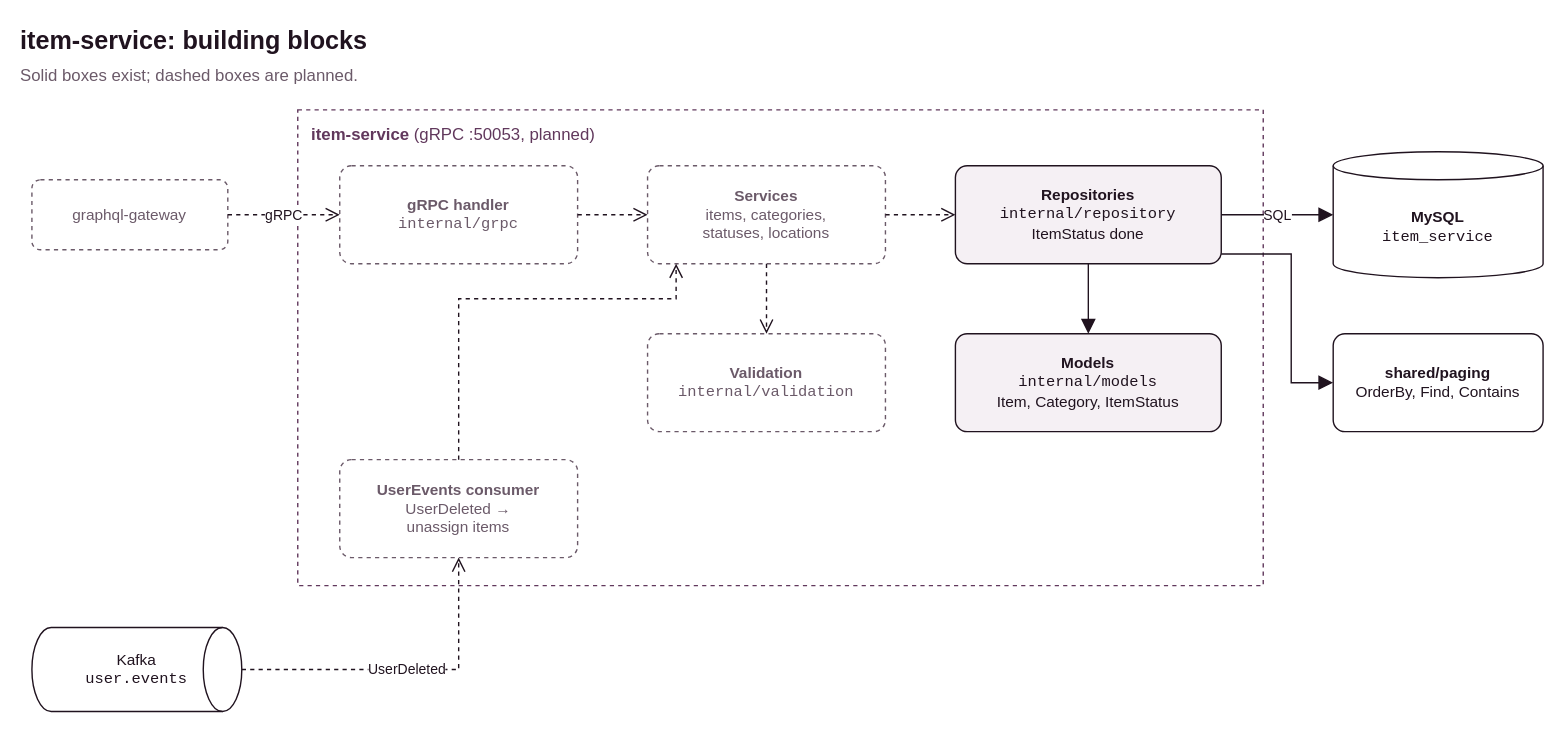
Above: services/item-service/docs/overview.svg in jochem11/inventory-manager (draw.io), before the change. Source tidied: cells renumbered, new cells last; positions are measured from the earlier drawing's top-left corner, leaving out a move shared by most shapes.
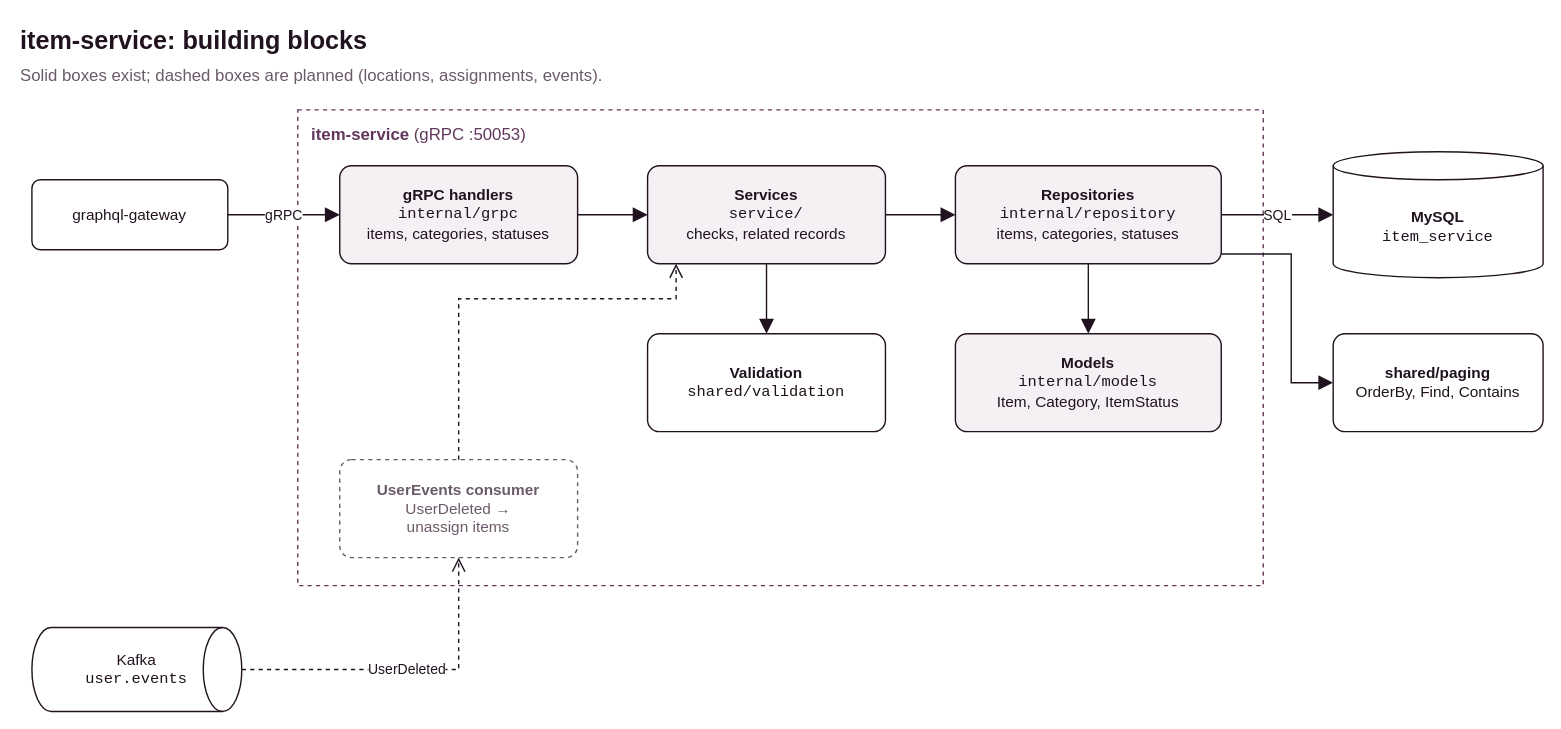
After the change.

What changed in the source:
```diff
@@ -2,25 +2,25 @@
   <root>
     <mxCell id="0" />
     <mxCell id="1" parent="0" />
-    <mxCell id="2" value="&lt;b&gt;item-service&lt;/b&gt;  (gRPC :50053, planned)" style="rounded=0;whiteSpace=wrap;html=1;fillColor=none;dashed=1;strokeColor=#61385c;fontSize=12;fontColor=#61385c;align=left;verticalAlign=top;spacingLeft=8;spacingTop=4;fontFamily=Helvetica;" parent="1" vertex="1">
+    <mxCell id="2" value="&lt;b&gt;item-service&lt;/b&gt;  (gRPC :50053)" style="rounded=0;whiteSpace=wrap;html=1;fillColor=none;dashed=1;strokeColor=#61385c;fontSize=12;fontColor=#61385c;align=left;verticalAlign=top;spacingLeft=8;spacingTop=4;fontFamily=Helvetica;" parent="1" vertex="1">
       <mxGeometry x="200" y="66" width="690" height="340" as="geometry" />
     </mxCell>
-    <mxCell id="3" value="graphql-gateway" style="rounded=1;arcSize=12;whiteSpace=wrap;html=1;fillColor=#ffffff;strokeColor=#6b5a69;dashed=1;fontSize=11;fontColor=#6b5a69;fontFamily=Helvetica;" parent="1" vertex="1">
+    <mxCell id="3" value="graphql-gateway" style="rounded=1;arcSize=12;whiteSpace=wrap;html=1;fillColor=#ffffff;strokeColor=#20131f;fontSize=11;fontColor=#20131f;fontFamily=Helvetica;" parent="1" vertex="1">
       <mxGeometry x="10" y="116" width="140" height="50" as="geometry" />
     </mxCell>
-    <mxCell id="4" value="&lt;b&gt;gRPC handler&lt;/b&gt;&lt;br&gt;&lt;font face=&quot;Menlo, monospace&quot;&gt;internal/grpc&lt;/font&gt;" style="rounded=1;arcSize=12;whiteSpace=wrap;html=1;fillColor=#ffffff;strokeColor=#6b5a69;dashed=1;fontSize=11;fontColor=#6b5a69;fontFamily=Helvetica;" parent="1" vertex="1">
+    <mxCell id="4" value="&lt;b&gt;gRPC handlers&lt;/b&gt;&lt;br&gt;&lt;font face=&quot;Menlo, monospace&quot;&gt;internal/grpc&lt;/font&gt;&lt;br&gt;items, categories, statuses" style="rounded=1;arcSize=12;whiteSpace=wrap;html=1;fillColor=#f5f0f4;strokeColor=#20131f;fontSize=11;fontColor=#20131f;fontFamily=Helvetica;" parent="1" vertex="1">
       <mxGeometry x="230" y="106" width="170" height="70" as="geometry" />
     </mxCell>
-    <mxCell id="5" value="&lt;b&gt;Services&lt;/b&gt;&lt;br&gt;items, categories,&lt;br&gt;statuses, locations" style="rounded=1;arcSize=12;whiteSpace=wrap;html=1;fillColor=#ffffff;strokeColor=#6b5a69;dashed=1;fontSize=11;fontColor=#6b5a69;fontFamily=Helvetica;" parent="1" vertex="1">
+    <mxCell id="5" value="&lt;b&gt;Services&lt;/b&gt;&lt;br&gt;&lt;font face=&quot;Menlo, monospace&quot;&gt;service/&lt;/font&gt;&lt;br&gt;checks, related records" style="rounded=1;arcSize=12;whiteSpace=wrap;html=1;fillColor=#f5f0f4;strokeColor=#20131f;fontSize=11;fontColor=#20131f;fontFamily=Helvetica;" parent="1" vertex="1">
       <mxGeometry x="450" y="106" width="170" height="70" as="geometry" />
     </mxCell>
-    <mxCell id="6" value="&lt;b&gt;Repositories&lt;/b&gt;&lt;br&gt;&lt;font face=&quot;Menlo, monospace&quot;&gt;internal/repository&lt;/font&gt;&lt;br&gt;ItemStatus done" style="rounded=1;arcSize=12;whiteSpace=wrap;html=1;fillColor=#f5f0f4;strokeColor=#20131f;fontSize=11;fontColor=#20131f;fontFamily=Helvetica;" parent="1" vertex="1">
+    <mxCell id="6" value="&lt;b&gt;Repositories&lt;/b&gt;&lt;br&gt;&lt;font face=&quot;Menlo, monospace&quot;&gt;internal/repository&lt;/font&gt;&lt;br&gt;items, categories, statuses" style="rounded=1;arcSize=12;whiteSpace=wrap;html=1;fillColor=#f5f0f4;strokeColor=#20131f;fontSize=11;fontColor=#20131f;fontFamily=Helvetica;" parent="1" vertex="1">
       <mxGeometry x="670" y="106" width="190" height="70" as="geometry" />
     </mxCell>
     <mxCell id="7" value="&lt;b&gt;Models&lt;/b&gt;&lt;br&gt;&lt;font face=&quot;Menlo, monospace&quot;&gt;internal/models&lt;/font&gt;&lt;br&gt;Item, Category, ItemStatus" style="rounded=1;arcSize=12;whiteSpace=wrap;html=1;fillColor=#f5f0f4;strokeColor=#20131f;fontSize=11;fontColor=#20131f;fontFamily=Helvetica;" parent="1" vertex="1">
       <mxGeometry x="670" y="226" width="190" height="70" as="geometry" />
     </mxCell>
-    <mxCell id="8" value="&lt;b&gt;Validation&lt;/b&gt;&lt;br&gt;&lt;font face=&quot;Menlo, monospace&quot;&gt;internal/validation&lt;/font&gt;" style="rounded=1;arcSize=12;whiteSpace=wrap;html=1;fillColor=#ffffff;strokeColor=#6b5a69;dashed=1;fontSize=11;fontColor=#6b5a69;fontFamily=Helvetica;" parent="1" vertex="1">
+    <mxCell id="8" value="&lt;b&gt;Validation&lt;/b&gt;&lt;br&gt;&lt;font face=&quot;Menlo, monospace&quot;&gt;shared/validation&lt;/font&gt;" style="rounded=1;arcSize=12;whiteSpace=wrap;html=1;fillColor=#ffffff;strokeColor=#20131f;fontSize=11;fontColor=#20131f;fontFamily=Helvetica;" parent="1" vertex="1">
       <mxGeometry x="450" y="226" width="170" height="70" as="geometry" />
     </mxCell>
     <mxCell id="9" value="&lt;b&gt;UserEvents consumer&lt;/b&gt;&lt;br&gt;UserDeleted →&lt;br&gt;unassign items" style="rounded=1;arcSize=12;whiteSpace=wrap;html=1;fillColor=#ffffff;strokeColor=#6b5a69;dashed=1;fontSize=11;fontColor=#6b5a69;fontFamily=Helvetica;" parent="1" vertex="1">
@@ -35,13 +35,13 @@
     <mxCell id="12" value="Kafka&lt;br&gt;&lt;font face=&quot;Menlo, monospace&quot;&gt;user.events&lt;/font&gt;" style="shape=mxgraph.flowchart.direct_data;whiteSpace=wrap;html=1;fillColor=#ffffff;strokeColor=#20131f;fontSize=11;fontColor=#20131f;fontFamily=Helvetica;" parent="1" vertex="1">
       <mxGeometry x="10" y="436" width="150" height="60" as="geometry" />
     </mxCell>
-    <mxCell id="13" value="gRPC" style="html=1;rounded=0;endArrow=open;endFill=0;endSize=8;fontSize=10;strokeColor=#20131f;fontColor=#20131f;labelBackgroundColor=#ffffff;dashed=1;fontFamily=Helvetica;" parent="1" edge="1" source="3" target="4">
+    <mxCell id="13" value="gRPC" style="html=1;rounded=0;endArrow=block;endFill=1;endSize=8;fontSize=10;strokeColor=#20131f;fontColor=#20131f;labelBackgroundColor=#ffffff;fontFamily=Helvetica;" parent="1" edge="1" source="3" target="4">
       <mxGeometry relative="1" as="geometry" />
     </mxCell>
-    <mxCell id="14" style="html=1;rounded=0;endArrow=open;endFill=0;endSize=8;fontSize=10;strokeColor=#20131f;fontColor=#20131f;labelBackgroundColor=#ffffff;dashed=1;fontFamily=Helvetica;" parent="1" edge="1" source="4" target="5">
+    <mxCell id="14" style="html=1;rounded=0;endArrow=block;endFill=1;endSize=8;fontSize=10;strokeColor=#20131f;fontColor=#20131f;labelBackgroundColor=#ffffff;fontFamily=Helvetica;" parent="1" edge="1" source="4" target="5">
       <mxGeometry relative="1" as="geometry" />
     </mxCell>
-    <mxCell id="15" style="html=1;rounded=0;endArrow=open;endFill=0;endSize=8;fontSize=10;strokeColor=#20131f;fontColor=#20131f;labelBackgroundColor=#ffffff;dashed=1;fontFamily=Helvetica;" parent="1" edge="1" source="5" target="6">
+    <mxCell id="15" style="html=1;rounded=0;endArrow=block;endFill=1;endSize=8;fontSize=10;strokeColor=#20131f;fontColor=#20131f;labelBackgroundColor=#ffffff;fontFamily=Helvetica;" parent="1" edge="1" source="5" target="6">
       <mxGeometry relative="1" as="geometry" />
     </mxCell>
     <mxCell id="16" value="SQL" style="html=1;rounded=0;endArrow=block;endFill=1;endSize=8;fontSize=10;strokeColor=#20131f;fontColor=#20131f;labelBackgroundColor=#ffffff;fontFamily=Helvetica;" parent="1" edge="1" source="6" target="10">
@@ -50,7 +50,7 @@
     <mxCell id="17" style="html=1;rounded=0;endArrow=block;endFill=1;endSize=8;fontSize=10;strokeColor=#20131f;fontColor=#20131f;labelBackgroundColor=#ffffff;fontFamily=Helvetica;" parent="1" edge="1" source="6" target="7">
       <mxGeometry relative="1" as="geometry" />
     </mxCell>
-    <mxCell id="18" style="html=1;rounded=0;endArrow=open;endFill=0;endSize=8;fontSize=10;strokeColor=#20131f;fontColor=#20131f;labelBackgroundColor=#ffffff;dashed=1;fontFamily=Helvetica;" parent="1" edge="1" source="5" target="8">
+    <mxCell id="18" style="html=1;rounded=0;endArrow=block;endFill=1;endSize=8;fontSize=10;strokeColor=#20131f;fontColor=#20131f;labelBackgroundColor=#ffffff;fontFamily=Helvetica;" parent="1" edge="1" source="5" target="8">
       <mxGeometry relative="1" as="geometry" />
     </mxCell>
     <mxCell id="19" style="html=1;rounded=0;endArrow=block;endFill=1;endSize=8;fontSize=10;strokeColor=#20131f;fontColor=#20131f;labelBackgroundColor=#ffffff;edgeStyle=orthogonalEdgeStyle;exitX=1;exitY=0.9;exitDx=0;exitDy=0;entryX=0;entryY=0.5;entryDx=0;entryDy=0;fontFamily=Helvetica;" parent="1" edge="1" source="6" target="11">
@@ -79,8 +79,8 @@
     <mxCell id="22" value="&lt;b&gt;item-service: building blocks&lt;/b&gt;" style="text;html=1;whiteSpace=wrap;align=left;verticalAlign=top;fontSize=18;fontColor=#20131f;fontFamily=Helvetica;" parent="1" vertex="1">
       <mxGeometry width="335" height="26" as="geometry" />
     </mxCell>
-    <mxCell id="23" value="Solid boxes exist; dashed boxes are planned." style="text;html=1;whiteSpace=wrap;align=left;verticalAlign=top;fontSize=12;fontColor=#6b5a69;fontFamily=Helvetica;" parent="1" vertex="1">
-      <mxGeometry y="28" width="322" height="20" as="geometry" />
+    <mxCell id="23" value="Solid boxes exist; dashed boxes are planned (locations, assignments, events)." style="text;html=1;whiteSpace=wrap;align=left;verticalAlign=top;fontSize=12;fontColor=#6b5a69;fontFamily=Helvetica;" parent="1" vertex="1">
+      <mxGeometry y="28" width="552" height="20" as="geometry" />
     </mxCell>
   </root>
 </mxGraphModel>
```
